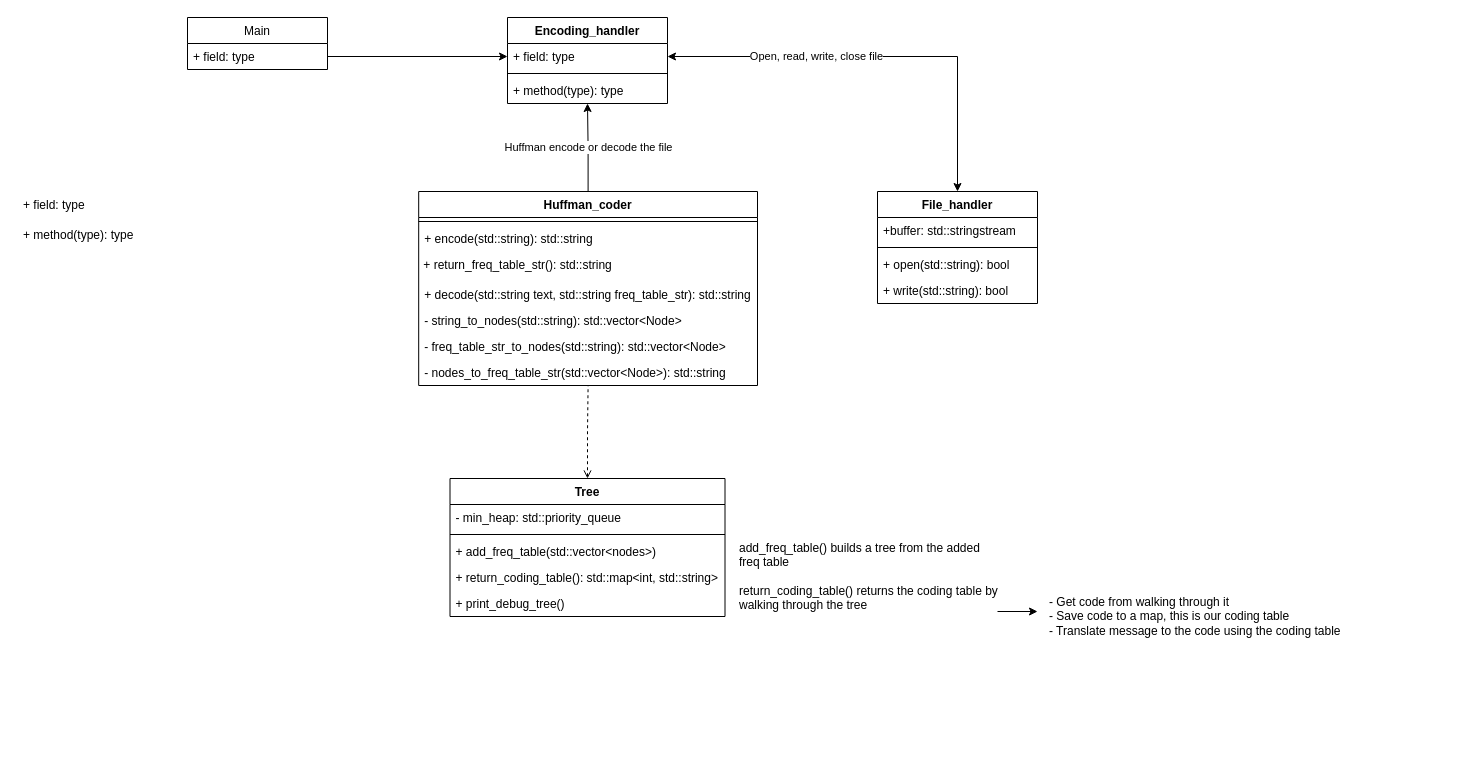
This is docs/drawio/Overview.drawio from pip12345/Compression, a draw.io file, before an edit. Source tidied: cells renumbered, new cells numbered last; positions are measured from the earlier drawing's top-left corner, leaving out a move shared by most shapes. Both pictures are drawn from the tidied source at 100%, with x=0, y=0 at pixel (17, 17).
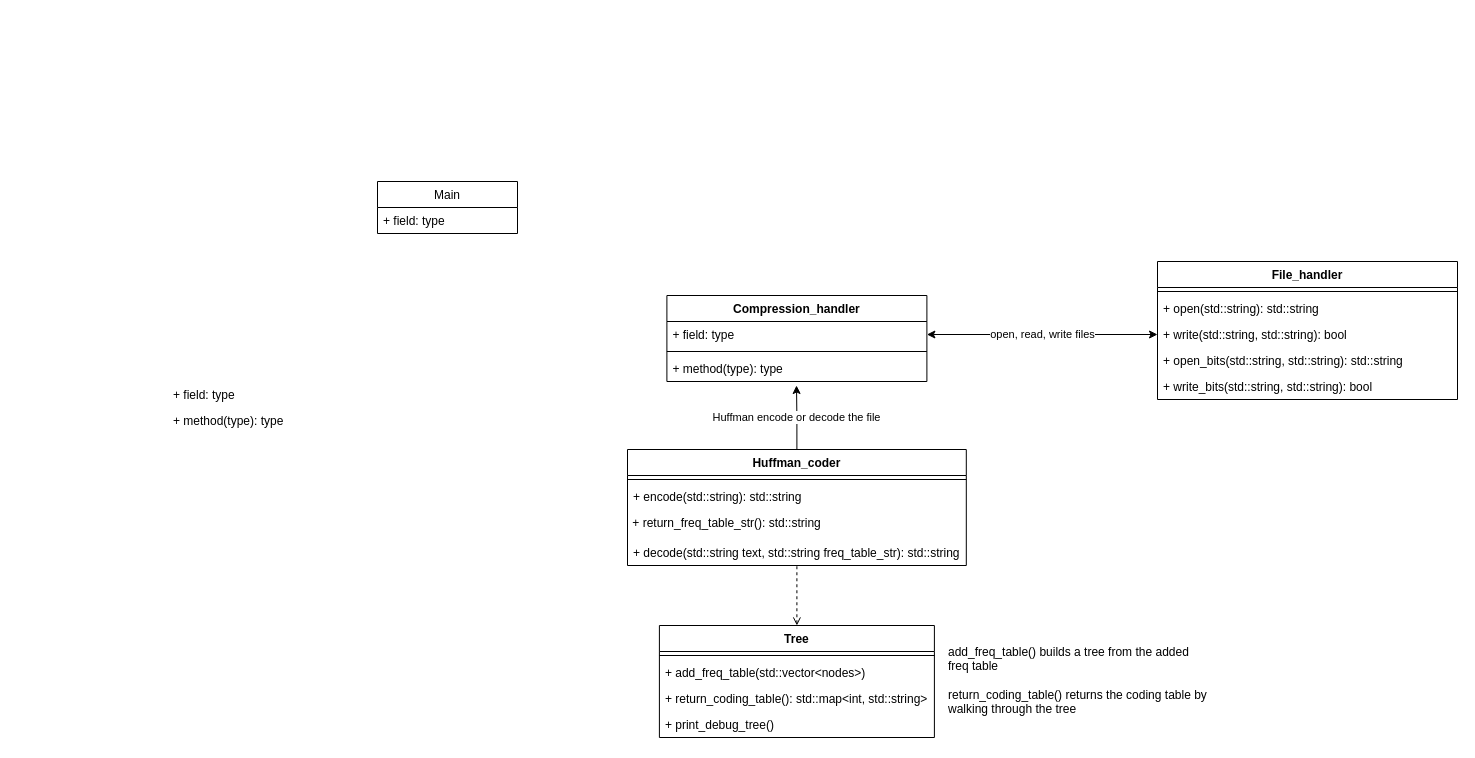
After the change.

Unchanged cells that the change refers to:
```xml
<mxCell id="3" value="+ field: type" style="text;strokeColor=none;fillColor=none;align=left;verticalAlign=top;spacingLeft=4;spacingRight=4;overflow=hidden;points=[[0,0.5],[1,0.5]];portConstraint=eastwest;" parent="2" vertex="1">
  <mxGeometry y="26" width="140" height="26" as="geometry" />
</mxCell>
```

Diff of the diagram source:
```diff
@@
     <mxCell id="2" value="Main" style="swimlane;fontStyle=0;horizontal=1;startSize=26;fillColor=none;" parent="1" vertex="1">
-      <mxGeometry x="170" width="140" height="52" as="geometry" />
+      <mxGeometry x="360" y="164" width="140" height="52" as="geometry" />
     </mxCell>
@@
-    <mxCell id="4" value="Encoding_handler" style="swimlane;fontStyle=1;align=center;verticalAlign=top;horizontal=1;startSize=26;" parent="1" vertex="1">
-      <mxGeometry x="490" width="160" height="86" as="geometry" />
+    <mxCell id="4" value="Compression_handler" style="swimlane;fontStyle=1;align=center;verticalAlign=top;horizontal=1;startSize=26;" parent="1" vertex="1">
+      <mxGeometry x="649.4" y="278" width="260" height="86" as="geometry" />
     </mxCell>
     <mxCell id="5" value="+ field: type" style="text;strokeColor=none;fillColor=none;align=left;verticalAlign=top;spacingLeft=4;spacingRight=4;overflow=hidden;points=[[0,0.5],[1,0.5]];portConstraint=eastwest;" parent="4" vertex="1">
-      <mxGeometry y="26" width="160" height="26" as="geometry" />
+      <mxGeometry y="26" width="260" height="26" as="geometry" />
     </mxCell>
     <mxCell id="6" style="line;strokeWidth=1;fillColor=none;align=left;verticalAlign=middle;spacingTop=-1;spacingLeft=3;spacingRight=3;labelPosition=right;" parent="4" vertex="1">
-      <mxGeometry y="52" width="160" height="8" as="geometry" />
+      <mxGeometry y="52" width="260" height="8" as="geometry" />
     </mxCell>
     <mxCell id="7" value="+ method(type): type" style="text;strokeColor=none;fillColor=none;align=left;verticalAlign=top;spacingLeft=4;spacingRight=4;overflow=hidden;points=[[0,0.5],[1,0.5]];portConstraint=eastwest;" parent="4" vertex="1">
-      <mxGeometry y="60" width="160" height="26" as="geometry" />
+      <mxGeometry y="60" width="260" height="26" as="geometry" />
     </mxCell>
-    <mxCell id="8" style="edgeStyle=orthogonalEdgeStyle;rounded=0;jettySize=auto;html=1;exitX=1;exitY=0.5;exitDx=0;exitDy=0;entryX=0;entryY=0.5;entryDx=0;entryDy=0;" parent="1" edge="1" source="3" target="5">
-      <mxGeometry relative="1" as="geometry" />
-    </mxCell>
     <mxCell id="9" value="File_handler" style="swimlane;fontStyle=1;align=center;verticalAlign=top;horizontal=1;startSize=26;" parent="1" vertex="1">
-      <mxGeometry x="860" y="174" width="160" height="112" as="geometry" />
+      <mxGeometry x="1140" y="244" width="300" height="138" as="geometry" />
     </mxCell>
-    <mxCell id="10" value="+buffer: std::stringstream" style="text;strokeColor=none;fillColor=none;align=left;verticalAlign=top;spacingLeft=4;spacingRight=4;overflow=hidden;" parent="9" vertex="1">
-      <mxGeometry y="26" width="160" height="26" as="geometry" />
-    </mxCell>
     <mxCell id="11" style="line;strokeWidth=1;fillColor=none;align=left;verticalAlign=middle;spacingTop=-1;spacingLeft=3;spacingRight=3;labelPosition=right;" parent="9" vertex="1">
-      <mxGeometry y="52" width="160" height="8" as="geometry" />
+      <mxGeometry y="26" width="300" height="8" as="geometry" />
     </mxCell>
-    <mxCell id="12" value="+ open(std::string): bool" style="text;strokeColor=none;fillColor=none;align=left;verticalAlign=top;spacingLeft=4;spacingRight=4;overflow=hidden;" parent="9" vertex="1">
-      <mxGeometry y="60" width="160" height="26" as="geometry" />
+    <mxCell id="12" value="+ open(std::string): std::string" style="text;strokeColor=none;fillColor=none;align=left;verticalAlign=top;spacingLeft=4;spacingRight=4;overflow=hidden;" parent="9" vertex="1">
+      <mxGeometry y="34" width="300" height="26" as="geometry" />
     </mxCell>
-    <mxCell id="13" value="+ write(std::string): bool" style="text;strokeColor=none;fillColor=none;align=left;verticalAlign=top;spacingLeft=4;spacingRight=4;overflow=hidden;points=[[0,0.5],[1,0.5]];portConstraint=eastwest;" parent="9" vertex="1">
-      <mxGeometry y="86" width="160" height="26" as="geometry" />
+    <mxCell id="13" value="+ write(std::string, std::string): bool" style="text;strokeColor=none;fillColor=none;align=left;verticalAlign=top;spacingLeft=4;spacingRight=4;overflow=hidden;points=[[0,0.5],[1,0.5]];portConstraint=eastwest;" parent="9" vertex="1">
+      <mxGeometry y="60" width="300" height="26" as="geometry" />
     </mxCell>
-    <mxCell id="14" value="Open, read, write, close file" style="edgeStyle=orthogonalEdgeStyle;rounded=0;jettySize=auto;html=1;exitX=1;exitY=0.5;exitDx=0;exitDy=0;entryX=0.5;entryY=0;entryDx=0;entryDy=0;startArrow=classic;startFill=1;" parent="1" edge="1" source="5" target="9">
-      <mxGeometry x="-0.3" relative="1" as="geometry">
-        <Array as="points">
-          <mxPoint x="940" y="39" />
-        </Array>
-      </mxGeometry>
-    </mxCell>
+    <mxCell id="36" value="+ open_bits(std::string, std::string): std::string" style="text;strokeColor=none;fillColor=none;align=left;verticalAlign=top;spacingLeft=4;spacingRight=4;overflow=hidden;" parent="9" vertex="1">
+      <mxGeometry y="86" width="300" height="26" as="geometry" />
+    </mxCell>
+    <mxCell id="37" value="+ write_bits(std::string, std::string): bool" style="text;strokeColor=none;fillColor=none;align=left;verticalAlign=top;spacingLeft=4;spacingRight=4;overflow=hidden;" parent="9" vertex="1">
+      <mxGeometry y="112" width="300" height="26" as="geometry" />
+    </mxCell>
@@
     <mxCell id="16" value="Tree" style="swimlane;fontStyle=1;align=center;verticalAlign=top;horizontal=1;startSize=26;" parent="1" vertex="1">
-      <mxGeometry x="432.5" y="461" width="275" height="138" as="geometry" />
+      <mxGeometry x="641.9" y="608" width="275" height="112" as="geometry" />
     </mxCell>
-    <mxCell id="17" value="- min_heap: std::priority_queue" style="text;strokeColor=none;fillColor=none;align=left;verticalAlign=top;spacingLeft=4;spacingRight=4;overflow=hidden;" parent="16" vertex="1">
-      <mxGeometry y="26" width="275" height="26" as="geometry" />
-    </mxCell>
     <mxCell id="18" style="line;strokeWidth=1;fillColor=none;align=left;verticalAlign=middle;spacingTop=-1;spacingLeft=3;spacingRight=3;labelPosition=right;" parent="16" vertex="1">
-      <mxGeometry y="52" width="275" height="8" as="geometry" />
+      <mxGeometry y="26" width="275" height="8" as="geometry" />
     </mxCell>
     <mxCell id="19" value="+ add_freq_table(std::vector&lt;nodes&gt;)" style="text;strokeColor=none;fillColor=none;align=left;verticalAlign=top;spacingLeft=4;spacingRight=4;overflow=hidden;" parent="16" vertex="1">
-      <mxGeometry y="60" width="275" height="26" as="geometry" />
+      <mxGeometry y="34" width="275" height="26" as="geometry" />
     </mxCell>
     <mxCell id="20" value="+ return_coding_table(): std::map&lt;int, std::string&gt;" style="text;strokeColor=none;fillColor=none;align=left;verticalAlign=top;spacingLeft=4;spacingRight=4;overflow=hidden;" parent="16" vertex="1">
-      <mxGeometry y="86" width="275" height="26" as="geometry" />
+      <mxGeometry y="60" width="275" height="26" as="geometry" />
     </mxCell>
     <mxCell id="21" value="+ print_debug_tree()" style="text;strokeColor=none;fillColor=none;align=left;verticalAlign=top;spacingLeft=4;spacingRight=4;overflow=hidden;" parent="16" vertex="1">
-      <mxGeometry y="112" width="275" height="26" as="geometry" />
+      <mxGeometry y="86" width="275" height="26" as="geometry" />
     </mxCell>
     <mxCell id="22" value="+ field: type" style="text;strokeColor=none;fillColor=none;align=left;verticalAlign=top;spacingLeft=4;spacingRight=4;overflow=hidden;" parent="1" vertex="1">
-      <mxGeometry y="174" width="160" height="26" as="geometry" />
+      <mxGeometry x="150" y="364" width="160" height="26" as="geometry" />
     </mxCell>
     <mxCell id="23" value="+ method(type): type" style="text;strokeColor=none;fillColor=none;align=left;verticalAlign=top;spacingLeft=4;spacingRight=4;overflow=hidden;" parent="1" vertex="1">
-      <mxGeometry y="204" width="160" height="26" as="geometry" />
+      <mxGeometry x="150" y="390" width="160" height="26" as="geometry" />
     </mxCell>
-    <mxCell id="24" value="Huffman encode or decode the file" style="edgeStyle=orthogonalEdgeStyle;rounded=0;jettySize=auto;html=1;exitX=0.5;exitY=0;exitDx=0;exitDy=0;entryX=0.5;entryY=1;entryDx=0;entryDy=0;entryPerimeter=0;startArrow=none;startFill=0;" parent="1" edge="1" source="25" target="7">
-      <mxGeometry relative="1" as="geometry" />
+    <mxCell id="24" value="Huffman encode or decode the file" style="edgeStyle=orthogonalEdgeStyle;rounded=0;jettySize=auto;html=1;exitX=0.5;exitY=0;exitDx=0;exitDy=0;startArrow=none;startFill=0;" parent="1" edge="1" source="25">
+      <mxGeometry relative="1" as="geometry">
+        <mxPoint x="779" y="368" as="targetPoint" />
+      </mxGeometry>
     </mxCell>
     <mxCell id="25" value="Huffman_coder" style="swimlane;fontStyle=1;align=center;verticalAlign=top;horizontal=1;startSize=26;" parent="1" vertex="1">
-      <mxGeometry x="401.2" y="174" width="338.8" height="194" as="geometry" />
+      <mxGeometry x="610" y="432" width="338.8" height="116" as="geometry" />
     </mxCell>
@@
-    <mxCell id="30" value="- string_to_nodes(std::string): std::vector&lt;Node&gt;" style="text;strokeColor=none;fillColor=none;align=left;verticalAlign=top;spacingLeft=4;spacingRight=4;overflow=hidden;" parent="25" vertex="1">
-      <mxGeometry y="116" width="338.8" height="26" as="geometry" />
-    </mxCell>
-    <mxCell id="31" value="- freq_table_str_to_nodes(std::string): std::vector&lt;Node&gt;&#10;" style="text;strokeColor=none;fillColor=none;align=left;verticalAlign=top;spacingLeft=4;spacingRight=4;overflow=hidden;" parent="25" vertex="1">
-      <mxGeometry y="142" width="338.8" height="26" as="geometry" />
-    </mxCell>
-    <mxCell id="32" value="- nodes_to_freq_table_str(std::vector&lt;Node&gt;): std::string" style="text;strokeColor=none;fillColor=none;align=left;verticalAlign=top;spacingLeft=4;spacingRight=4;overflow=hidden;" parent="25" vertex="1">
-      <mxGeometry y="168" width="338.8" height="26" as="geometry" />
-    </mxCell>
     <mxCell id="33" value="add_freq_table() builds a tree from the added freq table&lt;br&gt;&lt;br&gt;return_coding_table() returns the coding table by walking through the tree" style="text;html=1;strokeColor=none;fillColor=none;align=left;verticalAlign=middle;whiteSpace=wrap;rounded=0;" parent="1" vertex="1">
-      <mxGeometry x="720" y="484" width="265" height="150" as="geometry" />
+      <mxGeometry x="928.8" y="608" width="265" height="110" as="geometry" />
     </mxCell>
-    <mxCell id="34" value="- Get code from walking through it&lt;br&gt;- Save code to a map, this is our coding table&lt;br&gt;- Translate message to the code using the coding table" style="text;html=1;strokeColor=none;fillColor=none;align=left;verticalAlign=middle;whiteSpace=wrap;rounded=0;" parent="1" vertex="1">
-      <mxGeometry x="1030" y="554" width="320" height="90" as="geometry" />
-    </mxCell>
-    <mxCell id="35" style="endArrow=classic;html=1;" parent="1" edge="1">
-      <mxGeometry relative="1" as="geometry">
-        <mxPoint x="980" y="594" as="sourcePoint" />
-        <mxPoint x="1020" y="594" as="targetPoint" />
-      </mxGeometry>
-    </mxCell>
+    <mxCell id="38" value="open, read, write files" style="edgeStyle=orthogonalEdgeStyle;rounded=0;jettySize=auto;html=1;exitX=0;exitY=0.5;exitDx=0;exitDy=0;entryX=1;entryY=0.5;entryDx=0;entryDy=0;startArrow=classic;startFill=1;" parent="1" edge="1" source="13" target="5">
+      <mxGeometry relative="1" as="geometry" />
+    </mxCell>
```
